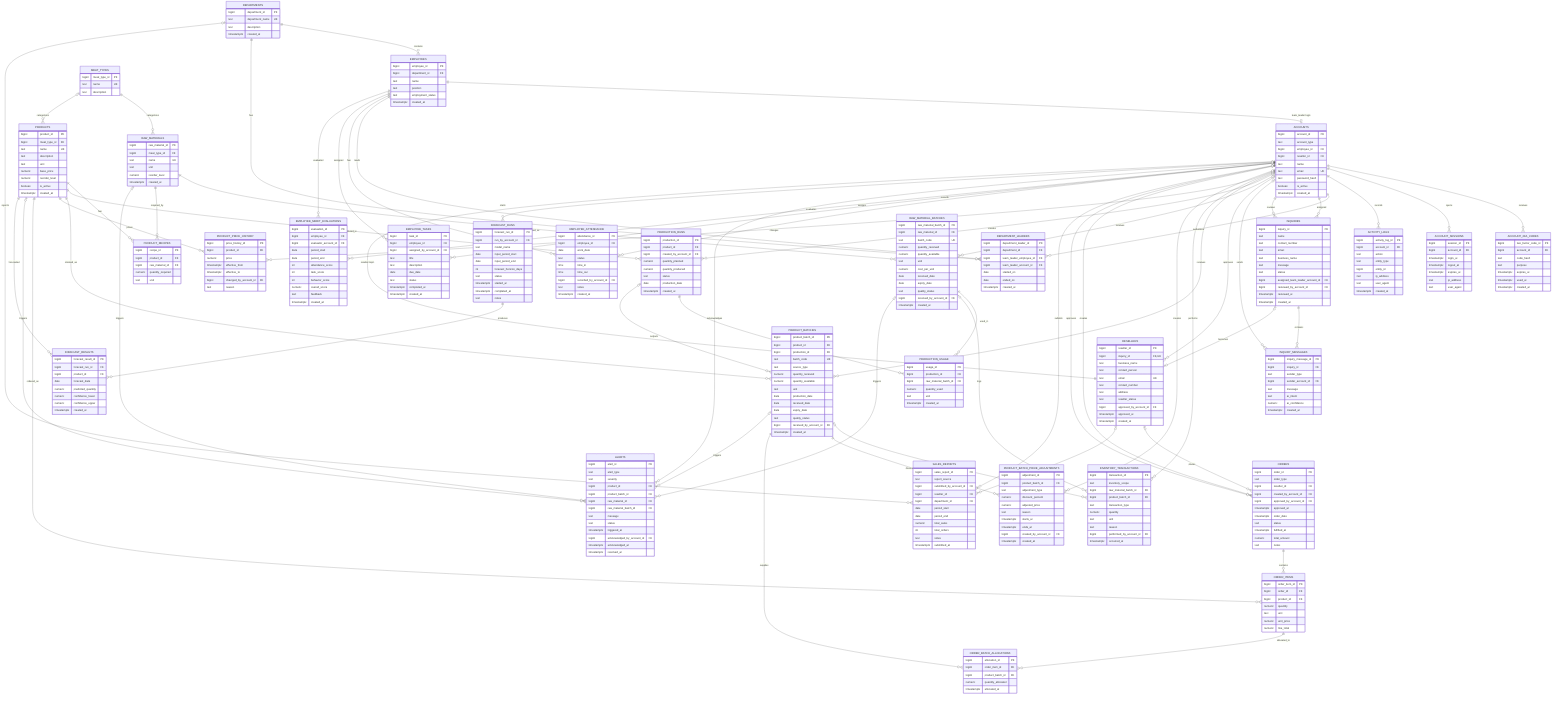
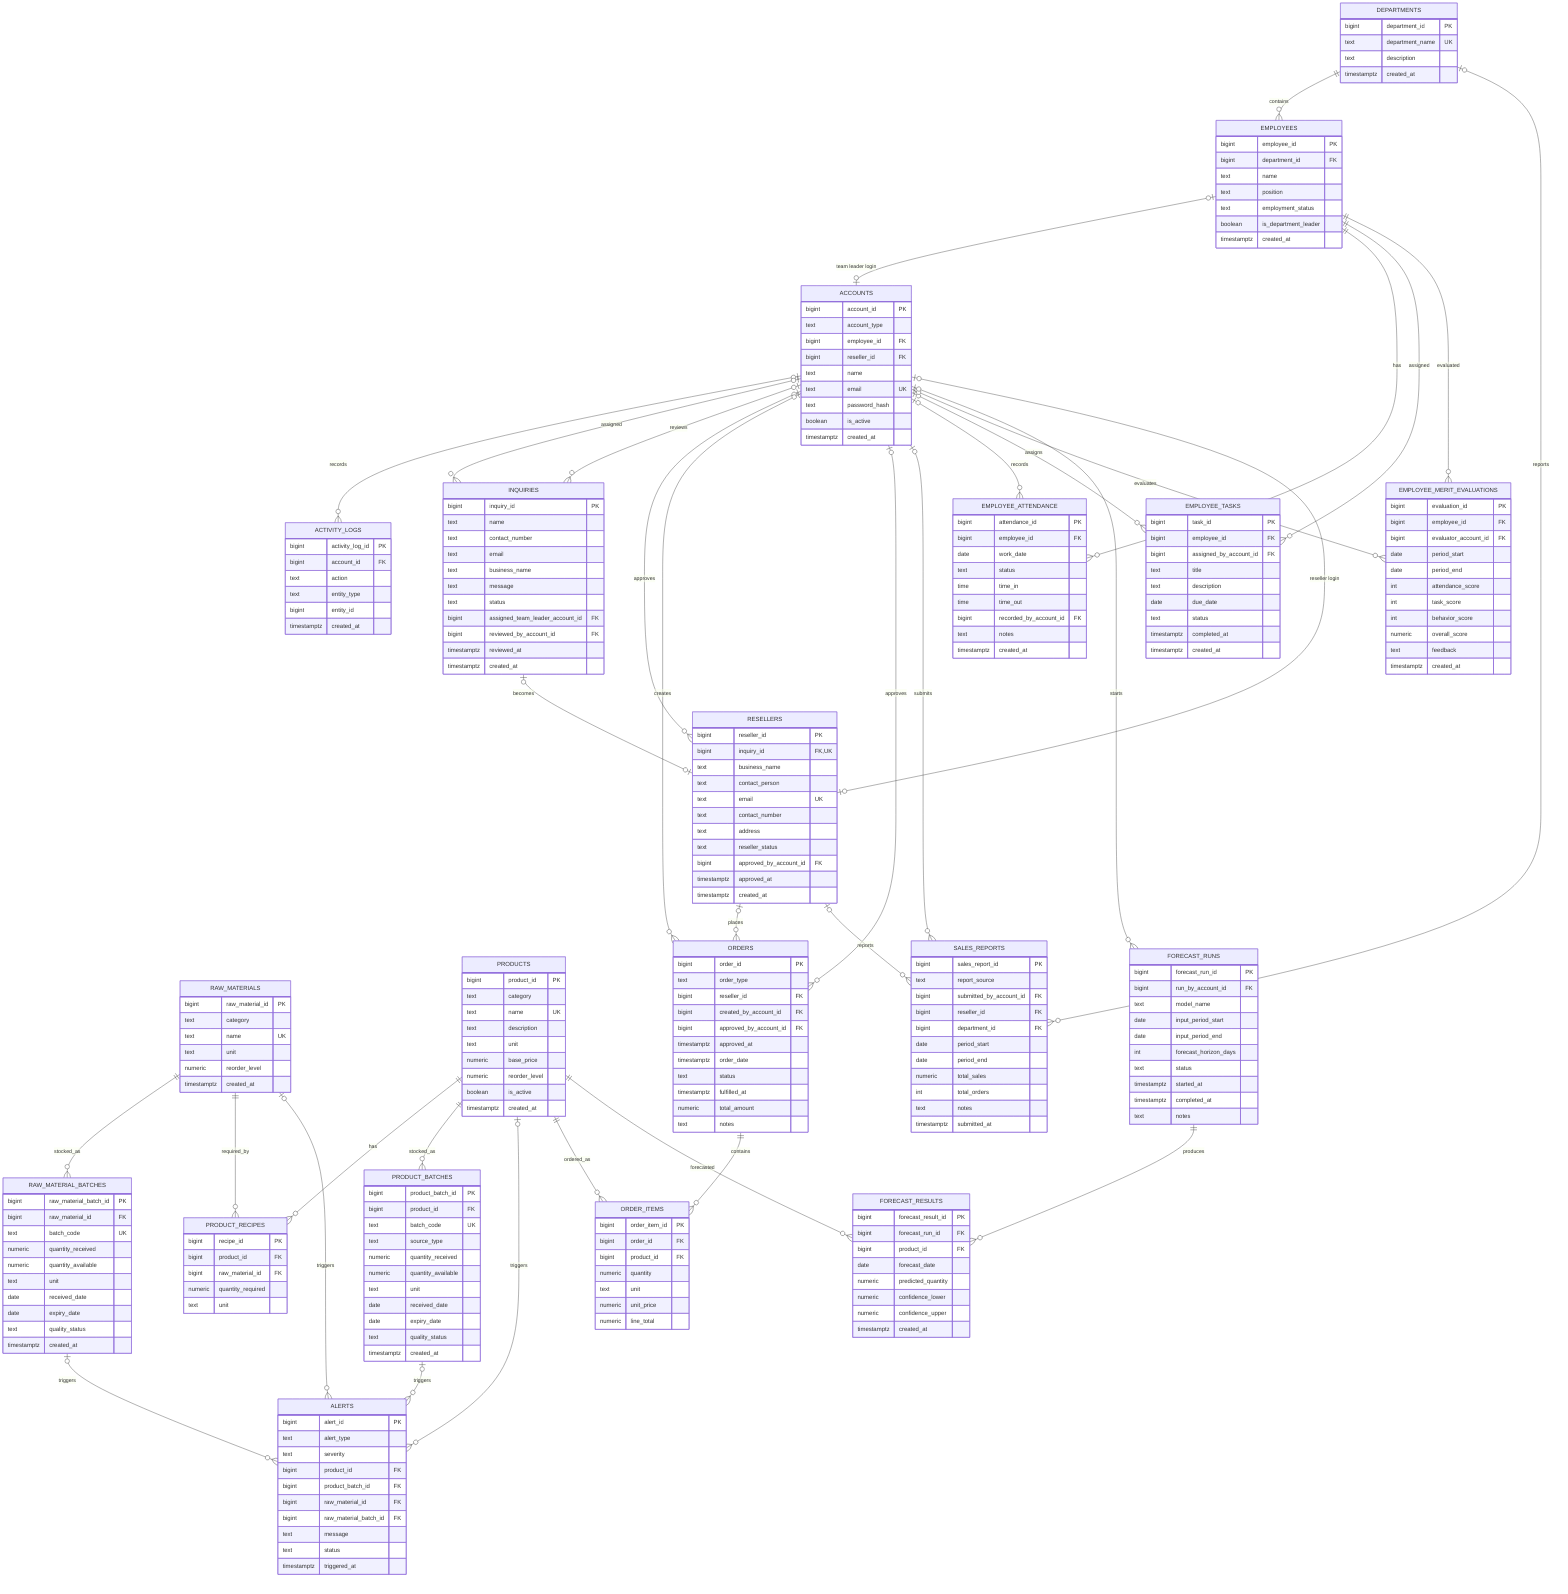
erDiagram

    DEPARTMENTS {
        bigint department_id PK
        text department_name UK
        text description
        timestamptz created_at
    }

    EMPLOYEES {
        bigint employee_id PK
        bigint department_id FK
        text name
        text position
        text employment_status
+         boolean is_department_leader
        timestamptz created_at
    }

    ACCOUNTS {
        bigint account_id PK
        text account_type
        bigint employee_id FK
        bigint reseller_id FK
        text name
        text email UK
        text password_hash
        boolean is_active
        timestamptz created_at
-     }
- 
-     ACCOUNT_2FA_CODES {
-         bigint two_factor_code_id PK
-         bigint account_id FK
-         text code_hash
-         text purpose
-         timestamptz expires_at
-         timestamptz used_at
-         timestamptz created_at
-     }
- 
-     ACCOUNT_SESSIONS {
-         bigint session_id PK
-         bigint account_id FK
-         timestamptz login_at
-         timestamptz logout_at
-         timestamptz expires_at
-         inet ip_address
-         text user_agent
    }

    ACTIVITY_LOGS {
        bigint activity_log_id PK
        bigint account_id FK
        text action
        text entity_type
        bigint entity_id
-         inet ip_address
-         text user_agent
-         timestamptz created_at
-     }
- 
-     DEPARTMENT_LEADERS {
-         bigint department_leader_id PK
-         bigint department_id FK
-         bigint team_leader_employee_id FK
-         bigint team_leader_account_id FK
-         date started_on
-         date ended_on
        timestamptz created_at
    }

    INQUIRIES {
        bigint inquiry_id PK
        text name
        text contact_number
        text email
        text business_name
        text message
        text status
        bigint assigned_team_leader_account_id FK
        bigint reviewed_by_account_id FK
        timestamptz reviewed_at
-         timestamptz created_at
-     }
- 
-     INQUIRY_MESSAGES {
-         bigint inquiry_message_id PK
-         bigint inquiry_id FK
-         text sender_type
-         bigint sender_account_id FK
-         text message
-         text ai_intent
-         numeric ai_confidence
        timestamptz created_at
    }

    RESELLERS {
        bigint reseller_id PK
        bigint inquiry_id FK,UK
        text business_name
        text contact_person
        text email UK
        text contact_number
        text address
        text reseller_status
        bigint approved_by_account_id FK
        timestamptz approved_at
        timestamptz created_at
    }

-     MEAT_TYPES {
-         bigint meat_type_id PK
-         text name UK
-         text description
-     }
- 
    RAW_MATERIALS {
        bigint raw_material_id PK
-         bigint meat_type_id FK
+         text category
        text name UK
        text unit
        numeric reorder_level
        timestamptz created_at
    }

    RAW_MATERIAL_BATCHES {
        bigint raw_material_batch_id PK
        bigint raw_material_id FK
        text batch_code UK
        numeric quantity_received
        numeric quantity_available
        text unit
-         numeric cost_per_unit
        date received_date
        date expiry_date
        text quality_status
-         bigint received_by_account_id FK
        timestamptz created_at
    }

    PRODUCTS {
        bigint product_id PK
-         bigint meat_type_id FK
+         text category
        text name UK
        text description
        text unit
        numeric base_price
        numeric reorder_level
        boolean is_active
        timestamptz created_at
    }

    PRODUCT_RECIPES {
        bigint recipe_id PK
        bigint product_id FK
        bigint raw_material_id FK
        numeric quantity_required
        text unit
    }

-     PRODUCTION_RUNS {
-         bigint production_id PK
-         bigint product_id FK
-         bigint created_by_account_id FK
-         numeric quantity_planned
-         numeric quantity_produced
-         text status
-         date production_date
-         timestamptz created_at
-     }
- 
-     PRODUCTION_USAGE {
-         bigint usage_id PK
-         bigint production_id FK
-         bigint raw_material_batch_id FK
-         numeric quantity_used
-         text unit
-         timestamptz created_at
-     }
- 
    PRODUCT_BATCHES {
        bigint product_batch_id PK
        bigint product_id FK
-         bigint production_id FK
        text batch_code UK
        text source_type
        numeric quantity_received
        numeric quantity_available
        text unit
-         date production_date
        date received_date
        date expiry_date
        text quality_status
-         bigint received_by_account_id FK
-         timestamptz created_at
-     }
- 
-     INVENTORY_TRANSACTIONS {
-         bigint transaction_id PK
-         text inventory_scope
-         bigint raw_material_batch_id FK
-         bigint product_batch_id FK
-         text transaction_type
-         numeric quantity
-         text unit
-         text reason
-         bigint performed_by_account_id FK
-         timestamptz occurred_at
-     }
- 
-     PRODUCT_PRICE_HISTORY {
-         bigint price_history_id PK
-         bigint product_id FK
-         numeric price
-         timestamptz effective_from
-         timestamptz effective_to
-         bigint changed_by_account_id FK
-         text reason
-     }
- 
-     PRODUCT_BATCH_PRICE_ADJUSTMENTS {
-         bigint adjustment_id PK
-         bigint product_batch_id FK
-         text adjustment_type
-         numeric discount_percent
-         numeric adjusted_price
-         text reason
-         timestamptz starts_at
-         timestamptz ends_at
-         bigint created_by_account_id FK
        timestamptz created_at
    }

    ORDERS {
        bigint order_id PK
        text order_type
        bigint reseller_id FK
        bigint created_by_account_id FK
        bigint approved_by_account_id FK
        timestamptz approved_at
        timestamptz order_date
        text status
        timestamptz fulfilled_at
        numeric total_amount
        text notes
    }

    ORDER_ITEMS {
        bigint order_item_id PK
        bigint order_id FK
        bigint product_id FK
        numeric quantity
        text unit
        numeric unit_price
        numeric line_total
-     }
- 
-     ORDER_BATCH_ALLOCATIONS {
-         bigint allocation_id PK
-         bigint order_item_id FK
-         bigint product_batch_id FK
-         numeric quantity_allocated
-         timestamptz allocated_at
    }

    SALES_REPORTS {
        bigint sales_report_id PK
        text report_source
        bigint submitted_by_account_id FK
        bigint reseller_id FK
        bigint department_id FK
        date period_start
        date period_end
        numeric total_sales
        int total_orders
        text notes
        timestamptz submitted_at
    }

    EMPLOYEE_ATTENDANCE {
        bigint attendance_id PK
        bigint employee_id FK
        date work_date
        text status
        time time_in
        time time_out
        bigint recorded_by_account_id FK
        text notes
        timestamptz created_at
    }

    EMPLOYEE_TASKS {
        bigint task_id PK
        bigint employee_id FK
        bigint assigned_by_account_id FK
        text title
        text description
        date due_date
        text status
        timestamptz completed_at
        timestamptz created_at
    }

    EMPLOYEE_MERIT_EVALUATIONS {
        bigint evaluation_id PK
        bigint employee_id FK
        bigint evaluator_account_id FK
        date period_start
        date period_end
        int attendance_score
        int task_score
        int behavior_score
        numeric overall_score
        text feedback
        timestamptz created_at
    }

    ALERTS {
        bigint alert_id PK
        text alert_type
        text severity
        bigint product_id FK
        bigint product_batch_id FK
        bigint raw_material_id FK
        bigint raw_material_batch_id FK
        text message
        text status
        timestamptz triggered_at
-         bigint acknowledged_by_account_id FK
-         timestamptz acknowledged_at
-         timestamptz resolved_at
    }

    FORECAST_RUNS {
        bigint forecast_run_id PK
        bigint run_by_account_id FK
        text model_name
        date input_period_start
        date input_period_end
        int forecast_horizon_days
        text status
        timestamptz started_at
        timestamptz completed_at
        text notes
    }

    FORECAST_RESULTS {
        bigint forecast_result_id PK
        bigint forecast_run_id FK
        bigint product_id FK
        date forecast_date
        numeric predicted_quantity
        numeric confidence_lower
        numeric confidence_upper
        timestamptz created_at
    }

    DEPARTMENTS ||--o{ EMPLOYEES : contains
-     EMPLOYEES ||--o| ACCOUNTS : "team_leader login"
-     RESELLERS ||--o| ACCOUNTS : "reseller login"
-     ACCOUNTS ||--o{ ACCOUNT_2FA_CODES : receives
-     ACCOUNTS ||--o{ ACCOUNT_SESSIONS : opens
-     ACCOUNTS ||--o{ ACTIVITY_LOGS : records
- 
-     DEPARTMENTS ||--o{ DEPARTMENT_LEADERS : has
-     EMPLOYEES ||--o{ DEPARTMENT_LEADERS : leads
-     ACCOUNTS ||--o{ DEPARTMENT_LEADERS : authorizes
- 
-     ACCOUNTS ||--o{ INQUIRIES : assigned
-     ACCOUNTS ||--o{ INQUIRIES : reviews
-     INQUIRIES ||--o{ INQUIRY_MESSAGES : contains
-     ACCOUNTS |o--o{ INQUIRY_MESSAGES : sends
+     EMPLOYEES |o--o| ACCOUNTS : "team leader login"
+     RESELLERS |o--o| ACCOUNTS : "reseller login"
+     ACCOUNTS |o--o{ ACTIVITY_LOGS : records
+ 
+     ACCOUNTS |o--o{ INQUIRIES : assigned
+     ACCOUNTS |o--o{ INQUIRIES : reviews
    INQUIRIES |o--o| RESELLERS : becomes
    ACCOUNTS |o--o{ RESELLERS : approves

-     MEAT_TYPES ||--o{ RAW_MATERIALS : categorizes
-     MEAT_TYPES |o--o{ PRODUCTS : categorizes
    RAW_MATERIALS ||--o{ RAW_MATERIAL_BATCHES : stocked_as
-     ACCOUNTS |o--o{ RAW_MATERIAL_BATCHES : receives
- 
    PRODUCTS ||--o{ PRODUCT_RECIPES : has
    RAW_MATERIALS ||--o{ PRODUCT_RECIPES : required_by
- 
-     PRODUCTS ||--o{ PRODUCTION_RUNS : produced_in
-     ACCOUNTS |o--o{ PRODUCTION_RUNS : creates
-     PRODUCTION_RUNS ||--o{ PRODUCTION_USAGE : consumes
-     RAW_MATERIAL_BATCHES ||--o{ PRODUCTION_USAGE : used_in
    PRODUCTS ||--o{ PRODUCT_BATCHES : stocked_as
-     PRODUCTION_RUNS |o--o{ PRODUCT_BATCHES : outputs
-     ACCOUNTS |o--o{ PRODUCT_BATCHES : receives
- 
-     RAW_MATERIAL_BATCHES |o--o{ INVENTORY_TRANSACTIONS : logs
-     PRODUCT_BATCHES |o--o{ INVENTORY_TRANSACTIONS : logs
-     ACCOUNTS |o--o{ INVENTORY_TRANSACTIONS : performs
- 
-     PRODUCTS ||--o{ PRODUCT_PRICE_HISTORY : prices
-     ACCOUNTS |o--o{ PRODUCT_PRICE_HISTORY : changes
-     PRODUCT_BATCHES ||--o{ PRODUCT_BATCH_PRICE_ADJUSTMENTS : discounted_by
-     ACCOUNTS |o--o{ PRODUCT_BATCH_PRICE_ADJUSTMENTS : creates
+     PRODUCT_BATCHES |o--o{ ALERTS : triggers
+     PRODUCTS |o--o{ ALERTS : triggers
+     RAW_MATERIAL_BATCHES |o--o{ ALERTS : triggers
+     RAW_MATERIALS |o--o{ ALERTS : triggers

    RESELLERS |o--o{ ORDERS : places
    ACCOUNTS |o--o{ ORDERS : creates
    ACCOUNTS |o--o{ ORDERS : approves
    ORDERS ||--o{ ORDER_ITEMS : contains
    PRODUCTS ||--o{ ORDER_ITEMS : ordered_as
-     ORDER_ITEMS ||--o{ ORDER_BATCH_ALLOCATIONS : allocated_to
-     PRODUCT_BATCHES ||--o{ ORDER_BATCH_ALLOCATIONS : supplies

    ACCOUNTS |o--o{ SALES_REPORTS : submits
    RESELLERS |o--o{ SALES_REPORTS : reports
    DEPARTMENTS |o--o{ SALES_REPORTS : reports

    EMPLOYEES ||--o{ EMPLOYEE_ATTENDANCE : has
    EMPLOYEES ||--o{ EMPLOYEE_TASKS : assigned
    EMPLOYEES ||--o{ EMPLOYEE_MERIT_EVALUATIONS : evaluated
    ACCOUNTS |o--o{ EMPLOYEE_ATTENDANCE : records
    ACCOUNTS |o--o{ EMPLOYEE_TASKS : assigns
    ACCOUNTS |o--o{ EMPLOYEE_MERIT_EVALUATIONS : evaluates

-     PRODUCTS |o--o{ ALERTS : triggers
-     PRODUCT_BATCHES |o--o{ ALERTS : triggers
-     RAW_MATERIALS |o--o{ ALERTS : triggers
-     RAW_MATERIAL_BATCHES |o--o{ ALERTS : triggers
-     ACCOUNTS |o--o{ ALERTS : acknowledges
- 
    ACCOUNTS |o--o{ FORECAST_RUNS : starts
    FORECAST_RUNS ||--o{ FORECAST_RESULTS : produces
    PRODUCTS ||--o{ FORECAST_RESULTS : forecasted
